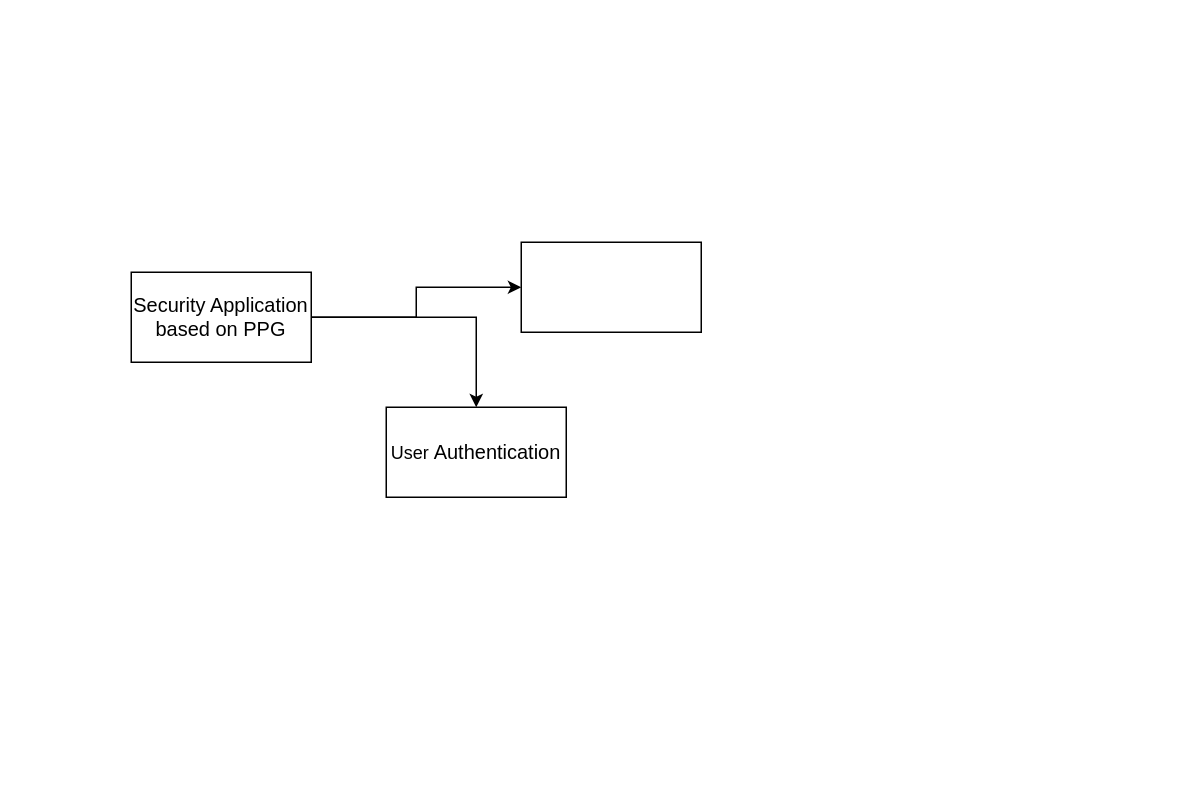
This is Untitled Diagram.drawio from NasTul/Diagrams, a draw.io file, before an edit. Source tidied: cells renumbered, new cells numbered last; positions are measured from the earlier drawing's top-left corner, leaving out a move shared by most shapes. Both pictures are drawn from the tidied source at 150%, with x=0, y=0 at pixel (130, 242).
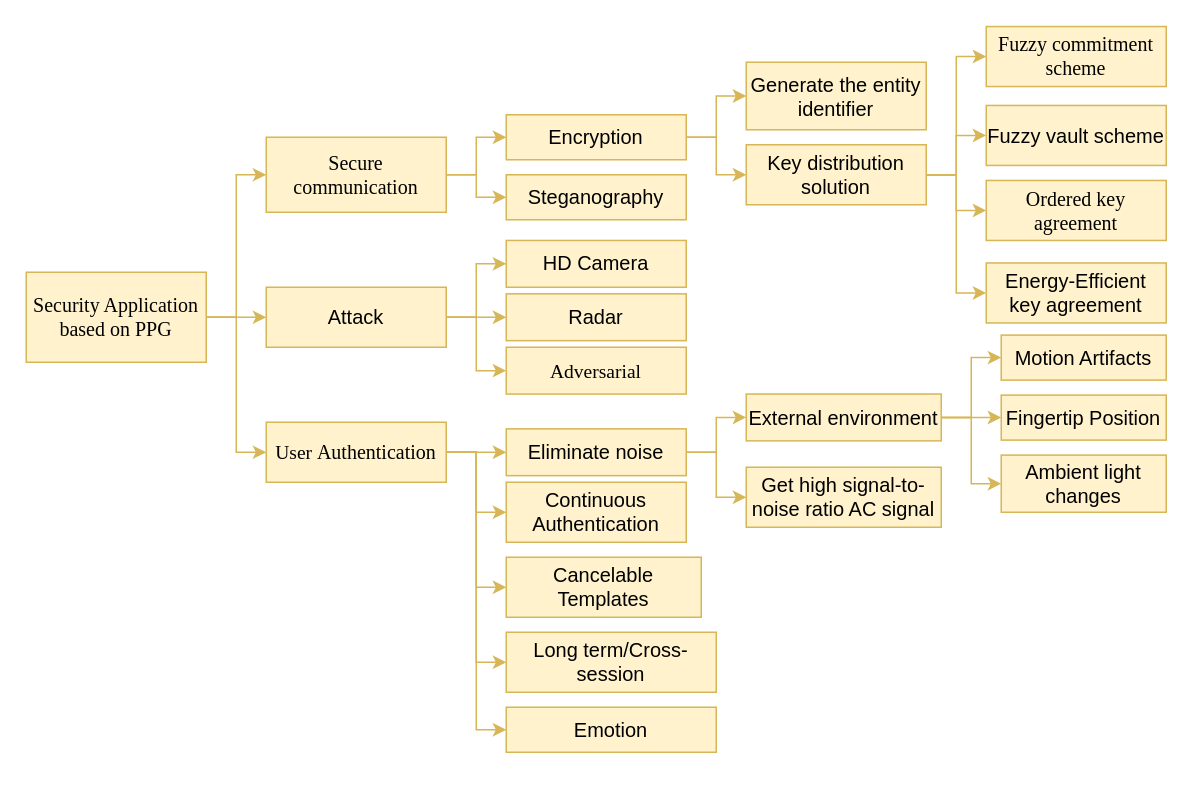
The same diagram, later.

Diff of the diagram source:
```diff
@@
+    <mxCell id="3" style="edgeStyle=orthogonalEdgeStyle;rounded=0;jettySize=auto;html=1;entryX=0;entryY=0.5;entryDx=0;entryDy=0;fillColor=#fff2cc;strokeColor=#d6b656;" parent="1" edge="1" source="4" target="6">
+      <mxGeometry relative="1" as="geometry" />
+    </mxCell>
+    <mxCell id="7" style="edgeStyle=orthogonalEdgeStyle;rounded=0;jettySize=auto;html=1;entryX=0;entryY=0.5;entryDx=0;entryDy=0;fillColor=#fff2cc;strokeColor=#d6b656;" parent="1" edge="1" source="4" target="18">
+      <mxGeometry relative="1" as="geometry" />
+    </mxCell>
-    <mxCell id="2" style="edgeStyle=orthogonalEdgeStyle;rounded=0;jettySize=auto;html=1;" parent="1" edge="1" source="4" target="5">
+    <mxCell id="2" style="edgeStyle=orthogonalEdgeStyle;rounded=0;jettySize=auto;html=1;entryX=0;entryY=0.5;entryDx=0;entryDy=0;fillColor=#fff2cc;strokeColor=#d6b656;" parent="1" edge="1" source="4" target="5">
       <mxGeometry relative="1" as="geometry" />
     </mxCell>
-    <mxCell id="3" style="edgeStyle=orthogonalEdgeStyle;rounded=0;jettySize=auto;html=1;entryX=0;entryY=0.5;entryDx=0;entryDy=0;" parent="1" edge="1" source="4" target="6">
-      <mxGeometry relative="1" as="geometry" />
-    </mxCell>
-    <mxCell id="4" value="&lt;span style=&quot;font-family: &amp;#34;noto_regular&amp;#34; ; font-size: 10pt&quot;&gt;Security Application based on PPG&lt;/span&gt;" style="rounded=0;whiteSpace=wrap;html=1;" parent="1" vertex="1">
-      <mxGeometry y="20" width="120" height="60" as="geometry" />
+    <mxCell id="4" value="&lt;span style=&quot;font-size: 10pt&quot;&gt;&lt;font face=&quot;Times New Roman&quot;&gt;Security Application based on PPG&lt;/font&gt;&lt;/span&gt;" style="rounded=0;whiteSpace=wrap;html=1;fillColor=#fff2cc;strokeColor=#d6b656;" parent="1" vertex="1">
+      <mxGeometry x="-70" y="20" width="120" height="60" as="geometry" />
     </mxCell>
+    <mxCell id="8" style="edgeStyle=orthogonalEdgeStyle;rounded=0;jettySize=auto;html=1;entryX=0;entryY=0.5;entryDx=0;entryDy=0;fillColor=#fff2cc;strokeColor=#d6b656;" parent="1" edge="1" source="5" target="38">
+      <mxGeometry relative="1" as="geometry" />
+    </mxCell>
+    <mxCell id="9" style="edgeStyle=orthogonalEdgeStyle;rounded=0;jettySize=auto;html=1;entryX=0;entryY=0.5;entryDx=0;entryDy=0;fillColor=#fff2cc;strokeColor=#d6b656;" parent="1" edge="1" source="5" target="47">
+      <mxGeometry relative="1" as="geometry" />
+    </mxCell>
+    <mxCell id="10" style="edgeStyle=orthogonalEdgeStyle;rounded=0;jettySize=auto;html=1;entryX=0;entryY=0.5;entryDx=0;entryDy=0;fillColor=#fff2cc;strokeColor=#d6b656;" parent="1" edge="1" source="5" target="48">
+      <mxGeometry relative="1" as="geometry" />
+    </mxCell>
+    <mxCell id="11" style="edgeStyle=orthogonalEdgeStyle;rounded=0;jettySize=auto;html=1;entryX=0;entryY=0.5;entryDx=0;entryDy=0;fillColor=#fff2cc;strokeColor=#d6b656;" parent="1" edge="1" source="5" target="49">
+      <mxGeometry relative="1" as="geometry" />
+    </mxCell>
+    <mxCell id="12" style="edgeStyle=orthogonalEdgeStyle;rounded=0;jettySize=auto;html=1;entryX=0;entryY=0.5;entryDx=0;entryDy=0;fillColor=#fff2cc;strokeColor=#d6b656;" parent="1" edge="1" source="5" target="50">
+      <mxGeometry relative="1" as="geometry" />
+    </mxCell>
-    <mxCell id="5" value="User&amp;nbsp;&lt;span style=&quot;font-family: &amp;#34;noto_regular&amp;#34; ; font-size: 10pt&quot;&gt;Authentication&lt;/span&gt;" style="rounded=0;whiteSpace=wrap;html=1;" parent="1" vertex="1">
-      <mxGeometry x="170" y="110" width="120" height="60" as="geometry" />
+    <mxCell id="5" value="&lt;font face=&quot;Times New Roman&quot;&gt;User&amp;nbsp;&lt;span style=&quot;font-size: 10pt&quot;&gt;Authentication&lt;/span&gt;&lt;/font&gt;" style="rounded=0;whiteSpace=wrap;html=1;fontSize=13;fillColor=#fff2cc;strokeColor=#d6b656;" parent="1" vertex="1">
+      <mxGeometry x="90" y="120" width="120" height="40" as="geometry" />
     </mxCell>
+    <mxCell id="13" style="edgeStyle=orthogonalEdgeStyle;rounded=0;jettySize=auto;html=1;entryX=0;entryY=0.5;entryDx=0;entryDy=0;fillColor=#fff2cc;strokeColor=#d6b656;" parent="1" edge="1" source="6" target="21">
+      <mxGeometry relative="1" as="geometry" />
+    </mxCell>
+    <mxCell id="14" style="edgeStyle=orthogonalEdgeStyle;rounded=0;jettySize=auto;html=1;entryX=0;entryY=0.5;entryDx=0;entryDy=0;fillColor=#fff2cc;strokeColor=#d6b656;" parent="1" edge="1" source="6" target="22">
+      <mxGeometry relative="1" as="geometry" />
+    </mxCell>
-    <mxCell id="6" style="rounded=0;whiteSpace=wrap;html=1;" parent="1" vertex="1">
-      <mxGeometry x="260" width="120" height="60" as="geometry" />
+    <mxCell id="6" value="&lt;span style=&quot;font-size: 10pt&quot;&gt;&lt;font face=&quot;Times New Roman&quot;&gt;Secure communication&lt;/font&gt;&lt;/span&gt;" style="rounded=0;whiteSpace=wrap;html=1;fillColor=#fff2cc;strokeColor=#d6b656;" parent="1" vertex="1">
+      <mxGeometry x="90" y="-70" width="120" height="50" as="geometry" />
     </mxCell>
+    <mxCell id="15" style="edgeStyle=orthogonalEdgeStyle;rounded=0;jettySize=auto;html=1;fillColor=#fff2cc;strokeColor=#d6b656;" parent="1" edge="1" source="18" target="33">
+      <mxGeometry relative="1" as="geometry" />
+    </mxCell>
+    <mxCell id="16" style="edgeStyle=orthogonalEdgeStyle;rounded=0;jettySize=auto;html=1;entryX=0;entryY=0.5;entryDx=0;entryDy=0;fillColor=#fff2cc;strokeColor=#d6b656;" parent="1" edge="1" source="18" target="34">
+      <mxGeometry relative="1" as="geometry" />
+    </mxCell>
+    <mxCell id="17" style="edgeStyle=orthogonalEdgeStyle;rounded=0;jettySize=auto;html=1;entryX=0;entryY=0.5;entryDx=0;entryDy=0;fillColor=#fff2cc;strokeColor=#d6b656;" parent="1" edge="1" source="18" target="35">
+      <mxGeometry relative="1" as="geometry" />
+    </mxCell>
+    <mxCell id="18" value="&lt;span style=&quot;font-family: &amp;#34;noto_regular&amp;#34; ; font-size: 10pt&quot;&gt;Attack&lt;/span&gt;" style="rounded=0;whiteSpace=wrap;html=1;fillColor=#fff2cc;strokeColor=#d6b656;" parent="1" vertex="1">
+      <mxGeometry x="90" y="30" width="120" height="40" as="geometry" />
+    </mxCell>
+    <mxCell id="19" style="edgeStyle=orthogonalEdgeStyle;rounded=0;jettySize=auto;html=1;entryX=0;entryY=0.5;entryDx=0;entryDy=0;fillColor=#fff2cc;strokeColor=#d6b656;" parent="1" edge="1" source="21" target="23">
+      <mxGeometry relative="1" as="geometry" />
+    </mxCell>
+    <mxCell id="20" style="edgeStyle=orthogonalEdgeStyle;rounded=0;jettySize=auto;html=1;entryX=0;entryY=0.5;entryDx=0;entryDy=0;fillColor=#fff2cc;strokeColor=#d6b656;" parent="1" edge="1" source="21" target="28">
+      <mxGeometry relative="1" as="geometry" />
+    </mxCell>
+    <mxCell id="21" value="&lt;span style=&quot;font-family: &amp;#34;noto_regular&amp;#34; ; font-size: 10pt&quot;&gt;Encryption&lt;/span&gt;" style="rounded=0;whiteSpace=wrap;html=1;fillColor=#fff2cc;strokeColor=#d6b656;" parent="1" vertex="1">
+      <mxGeometry x="250" y="-85" width="120" height="30" as="geometry" />
+    </mxCell>
+    <mxCell id="22" value="&lt;span style=&quot;font-family: &amp;#34;noto_regular&amp;#34; ; font-size: 10pt&quot;&gt;Steganography&lt;/span&gt;" style="rounded=0;whiteSpace=wrap;html=1;fillColor=#fff2cc;strokeColor=#d6b656;" parent="1" vertex="1">
+      <mxGeometry x="250" y="-45" width="120" height="30" as="geometry" />
+    </mxCell>
+    <mxCell id="23" value="&lt;span style=&quot;font-family: &amp;#34;noto_regular&amp;#34; ; font-size: 10pt&quot;&gt;Generate the entity identifier&lt;/span&gt;" style="rounded=0;whiteSpace=wrap;html=1;fillColor=#fff2cc;strokeColor=#d6b656;" parent="1" vertex="1">
+      <mxGeometry x="410" y="-120" width="120" height="45" as="geometry" />
+    </mxCell>
+    <mxCell id="24" style="edgeStyle=orthogonalEdgeStyle;rounded=0;jettySize=auto;html=1;entryX=0;entryY=0.5;entryDx=0;entryDy=0;fillColor=#fff2cc;strokeColor=#d6b656;" parent="1" edge="1" source="28" target="29">
+      <mxGeometry relative="1" as="geometry" />
+    </mxCell>
+    <mxCell id="25" style="edgeStyle=orthogonalEdgeStyle;rounded=0;jettySize=auto;html=1;fillColor=#fff2cc;strokeColor=#d6b656;" parent="1" edge="1" source="28" target="30">
+      <mxGeometry relative="1" as="geometry" />
+    </mxCell>
+    <mxCell id="26" style="edgeStyle=orthogonalEdgeStyle;rounded=0;jettySize=auto;html=1;entryX=0;entryY=0.5;entryDx=0;entryDy=0;fillColor=#fff2cc;strokeColor=#d6b656;" parent="1" edge="1" source="28" target="31">
+      <mxGeometry relative="1" as="geometry" />
+    </mxCell>
+    <mxCell id="27" style="edgeStyle=orthogonalEdgeStyle;rounded=0;jettySize=auto;html=1;entryX=0;entryY=0.5;entryDx=0;entryDy=0;fillColor=#fff2cc;strokeColor=#d6b656;" parent="1" edge="1" source="28" target="32">
+      <mxGeometry relative="1" as="geometry" />
+    </mxCell>
+    <mxCell id="28" value="&lt;span style=&quot;font-family: &amp;#34;noto_regular&amp;#34; ; font-size: 10pt&quot;&gt;Key distribution solution&lt;/span&gt;" style="rounded=0;whiteSpace=wrap;html=1;fillColor=#fff2cc;strokeColor=#d6b656;" parent="1" vertex="1">
+      <mxGeometry x="410" y="-65" width="120" height="40" as="geometry" />
+    </mxCell>
+    <mxCell id="29" value="&lt;span style=&quot;font-size: 10pt&quot;&gt;&lt;font face=&quot;Times New Roman&quot;&gt;Fuzzy commitment scheme&lt;/font&gt;&lt;/span&gt;" style="rounded=0;whiteSpace=wrap;html=1;fillColor=#fff2cc;strokeColor=#d6b656;" parent="1" vertex="1">
+      <mxGeometry x="570" y="-143.8" width="120" height="40" as="geometry" />
+    </mxCell>
+    <mxCell id="30" value="&lt;span style=&quot;font-family: &amp;#34;noto_regular&amp;#34; ; font-size: 10pt&quot;&gt;Fuzzy vault scheme&lt;/span&gt;" style="rounded=0;whiteSpace=wrap;html=1;fillColor=#fff2cc;strokeColor=#d6b656;" parent="1" vertex="1">
+      <mxGeometry x="570" y="-91.2" width="120" height="40" as="geometry" />
+    </mxCell>
+    <mxCell id="31" value="&lt;span style=&quot;font-size: 10pt&quot;&gt;&lt;font face=&quot;Times New Roman&quot;&gt;Ordered key agreement&lt;/font&gt;&lt;/span&gt;" style="rounded=0;whiteSpace=wrap;html=1;fillColor=#fff2cc;strokeColor=#d6b656;" parent="1" vertex="1">
+      <mxGeometry x="570" y="-41.2" width="120" height="40" as="geometry" />
+    </mxCell>
+    <mxCell id="32" value="&lt;span style=&quot;font-family: &amp;#34;noto_regular&amp;#34; ; font-size: 10pt&quot;&gt;Energy-Efficient key agreement&lt;/span&gt;" style="rounded=0;whiteSpace=wrap;html=1;fillColor=#fff2cc;strokeColor=#d6b656;" parent="1" vertex="1">
+      <mxGeometry x="570" y="13.8" width="120" height="40" as="geometry" />
+    </mxCell>
+    <mxCell id="33" value="&lt;span style=&quot;font-family: &amp;#34;noto_regular&amp;#34; ; font-size: 10pt&quot;&gt;HD Camera&lt;/span&gt;" style="rounded=0;whiteSpace=wrap;html=1;fillColor=#fff2cc;strokeColor=#d6b656;" parent="1" vertex="1">
+      <mxGeometry x="250" y="-1.2" width="120" height="31.2" as="geometry" />
+    </mxCell>
+    <mxCell id="34" value="&lt;span style=&quot;font-family: &amp;#34;noto_regular&amp;#34; ; font-size: 10pt&quot;&gt;Radar&lt;/span&gt;" style="rounded=0;whiteSpace=wrap;html=1;fillColor=#fff2cc;strokeColor=#d6b656;" parent="1" vertex="1">
+      <mxGeometry x="250" y="34.4" width="120" height="31.2" as="geometry" />
+    </mxCell>
+    <mxCell id="35" value="&lt;span style=&quot;font-family: &amp;#34;times new roman&amp;#34; ; font-size: 13px ; text-align: left&quot;&gt;Adversarial &lt;/span&gt;" style="rounded=0;whiteSpace=wrap;html=1;fillColor=#fff2cc;strokeColor=#d6b656;" parent="1" vertex="1">
+      <mxGeometry x="250" y="70" width="120" height="31.2" as="geometry" />
+    </mxCell>
+    <mxCell id="36" style="edgeStyle=orthogonalEdgeStyle;rounded=0;jettySize=auto;html=1;entryX=0;entryY=0.5;entryDx=0;entryDy=0;fillColor=#fff2cc;strokeColor=#d6b656;" parent="1" edge="1" source="38" target="42">
+      <mxGeometry relative="1" as="geometry" />
+    </mxCell>
+    <mxCell id="37" style="edgeStyle=orthogonalEdgeStyle;rounded=0;jettySize=auto;html=1;entryX=0;entryY=0.5;entryDx=0;entryDy=0;fillColor=#fff2cc;strokeColor=#d6b656;" parent="1" edge="1" source="38" target="43">
+      <mxGeometry relative="1" as="geometry" />
+    </mxCell>
+    <mxCell id="38" value="&lt;span style=&quot;font-family: &amp;#34;noto_regular&amp;#34; ; font-size: 10pt&quot;&gt;Eliminate noise&lt;/span&gt;" style="rounded=0;whiteSpace=wrap;html=1;fillColor=#fff2cc;strokeColor=#d6b656;" parent="1" vertex="1">
+      <mxGeometry x="250" y="124.4" width="120" height="31.2" as="geometry" />
+    </mxCell>
+    <mxCell id="39" style="edgeStyle=orthogonalEdgeStyle;rounded=0;jettySize=auto;html=1;entryX=0;entryY=0.5;entryDx=0;entryDy=0;fillColor=#fff2cc;strokeColor=#d6b656;" parent="1" edge="1" source="42" target="44">
+      <mxGeometry relative="1" as="geometry" />
+    </mxCell>
+    <mxCell id="40" style="edgeStyle=orthogonalEdgeStyle;rounded=0;jettySize=auto;html=1;entryX=0;entryY=0.5;entryDx=0;entryDy=0;fillColor=#fff2cc;strokeColor=#d6b656;" parent="1" edge="1" source="42" target="45">
+      <mxGeometry relative="1" as="geometry" />
+    </mxCell>
+    <mxCell id="41" style="edgeStyle=orthogonalEdgeStyle;rounded=0;jettySize=auto;html=1;entryX=0;entryY=0.5;entryDx=0;entryDy=0;fillColor=#fff2cc;strokeColor=#d6b656;" parent="1" edge="1" source="42" target="46">
+      <mxGeometry relative="1" as="geometry" />
+    </mxCell>
+    <mxCell id="42" value="&lt;span style=&quot;font-family: &amp;#34;noto_regular&amp;#34; ; font-size: 10pt&quot;&gt;External environment&lt;/span&gt;" style="rounded=0;whiteSpace=wrap;html=1;fillColor=#fff2cc;strokeColor=#d6b656;" parent="1" vertex="1">
+      <mxGeometry x="410" y="101.2" width="130" height="31.2" as="geometry" />
+    </mxCell>
+    <mxCell id="43" value="&lt;span style=&quot;font-family: &amp;#34;noto_regular&amp;#34; ; font-size: 10pt&quot;&gt;Get high signal-to-noise ratio AC signal&lt;/span&gt;" style="rounded=0;whiteSpace=wrap;html=1;fillColor=#fff2cc;strokeColor=#d6b656;" parent="1" vertex="1">
+      <mxGeometry x="410" y="150" width="130" height="40" as="geometry" />
+    </mxCell>
+    <mxCell id="44" value="&lt;font face=&quot;noto_regular&quot;&gt;&lt;span style=&quot;font-size: 13.3333px&quot;&gt;Motion Artifacts&lt;/span&gt;&lt;/font&gt;" style="rounded=0;whiteSpace=wrap;html=1;fillColor=#fff2cc;strokeColor=#d6b656;" parent="1" vertex="1">
+      <mxGeometry x="580" y="61.9" width="110" height="30" as="geometry" />
+    </mxCell>
+    <mxCell id="45" value="&lt;font face=&quot;noto_regular&quot;&gt;&lt;span style=&quot;font-size: 13.3333px&quot;&gt;Fingertip Position&lt;/span&gt;&lt;/font&gt;" style="rounded=0;whiteSpace=wrap;html=1;fillColor=#fff2cc;strokeColor=#d6b656;" parent="1" vertex="1">
+      <mxGeometry x="580" y="101.9" width="110" height="30" as="geometry" />
+    </mxCell>
+    <mxCell id="46" value="&lt;font face=&quot;noto_regular&quot;&gt;&lt;span style=&quot;font-size: 13.3333px&quot;&gt;Ambient light changes&lt;/span&gt;&lt;/font&gt;" style="rounded=0;whiteSpace=wrap;html=1;fillColor=#fff2cc;strokeColor=#d6b656;" parent="1" vertex="1">
+      <mxGeometry x="580" y="141.9" width="110" height="38.1" as="geometry" />
+    </mxCell>
+    <mxCell id="47" value="&lt;span style=&quot;font-family: &amp;#34;noto_regular&amp;#34; ; font-size: 10pt&quot;&gt;Continuous Authentication&lt;/span&gt;" style="rounded=0;whiteSpace=wrap;html=1;fillColor=#fff2cc;strokeColor=#d6b656;" parent="1" vertex="1">
+      <mxGeometry x="250" y="160" width="120" height="40" as="geometry" />
+    </mxCell>
+    <mxCell id="48" value="&lt;span style=&quot;font-family: &amp;#34;noto_regular&amp;#34; ; font-size: 10pt&quot;&gt;Cancelable Templates&lt;/span&gt;" style="rounded=0;whiteSpace=wrap;html=1;fillColor=#fff2cc;strokeColor=#d6b656;" parent="1" vertex="1">
+      <mxGeometry x="250" y="210" width="130" height="40" as="geometry" />
+    </mxCell>
+    <mxCell id="49" value="&lt;p&gt;&lt;span style=&quot;font-family: &amp;#34;noto_regular&amp;#34; ; font-size: 10pt&quot;&gt;Long term/&lt;/span&gt;&lt;span style=&quot;font-family: &amp;#34;noto_regular&amp;#34; ; font-size: 10pt&quot;&gt;Cross-session&lt;/span&gt;&lt;/p&gt;" style="rounded=0;whiteSpace=wrap;html=1;fillColor=#fff2cc;strokeColor=#d6b656;" parent="1" vertex="1">
+      <mxGeometry x="250" y="260" width="140" height="40" as="geometry" />
+    </mxCell>
+    <mxCell id="50" value="&lt;p&gt;&lt;span style=&quot;font-family: &amp;#34;noto_regular&amp;#34; ; font-size: 10pt&quot;&gt;Emotion&lt;/span&gt;&lt;br&gt;&lt;/p&gt;" style="rounded=0;whiteSpace=wrap;html=1;fillColor=#fff2cc;strokeColor=#d6b656;" parent="1" vertex="1">
+      <mxGeometry x="250" y="310" width="140" height="30" as="geometry" />
+    </mxCell>
```
